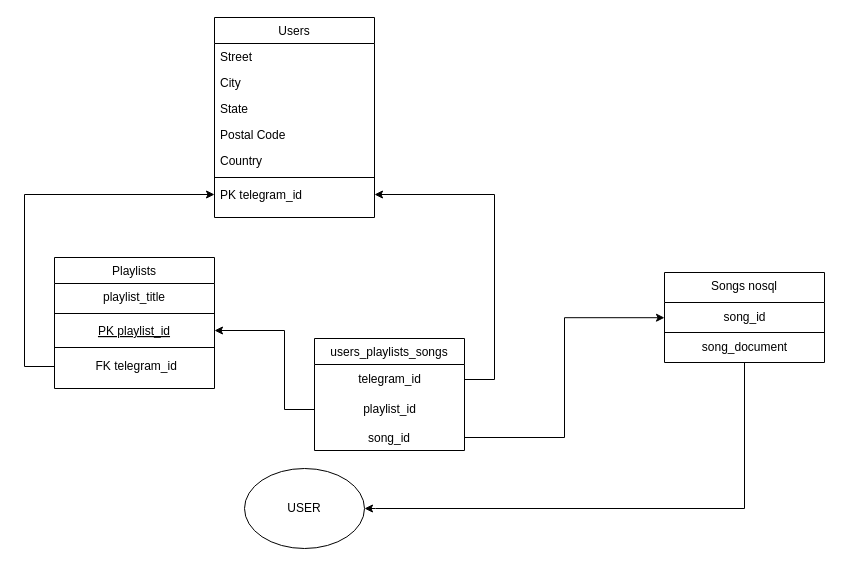
damnhandin/damnhandin keeps this draw.io diagram as Untitled Diagram.drawio. Above is the earlier version. Source tidied: cells renumbered, new cells numbered last; positions are measured from the earlier drawing's top-left corner, leaving out a move shared by most shapes. Both pictures are drawn from the tidied source at 100%, with x=0, y=0 at pixel (24, 17).
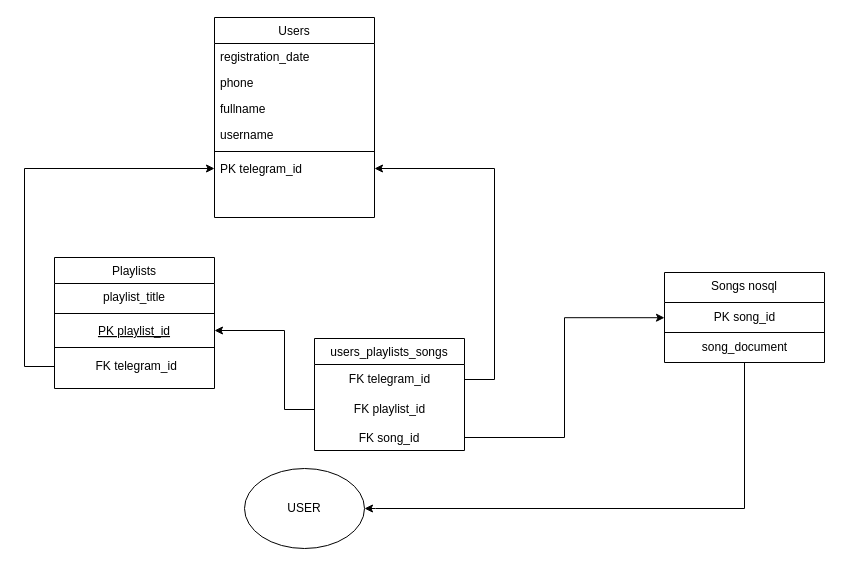
The same page after the edit.

The change refers to these unchanged cells:
```xml
<mxCell id="7" value="&amp;nbsp;FK telegram_id" style="text;html=1;align=center;verticalAlign=middle;points=[];strokeColor=none;fillColor=none;" parent="2" vertex="1">
  <mxGeometry y="94" width="160" height="30" as="geometry" />
</mxCell>
<mxCell id="8" value="users_playlists_songs&#10;" style="swimlane;fontStyle=0;align=center;verticalAlign=top;horizontal=1;startSize=26;rounded=0;shadow=0;strokeWidth=1;" parent="1" vertex="1">
  <mxGeometry x="290" y="321" width="150" height="112" as="geometry" />
</mxCell>
<mxCell id="13" value="Users&#10;" style="swimlane;fontStyle=0;align=center;verticalAlign=top;horizontal=1;startSize=26;rounded=0;shadow=0;strokeWidth=1;" parent="1" vertex="1">
  <mxGeometry x="190" width="160" height="200" as="geometry" />
</mxCell>
<mxCell id="21" value="Songs nosql&#10;&#10;" style="swimlane;fontStyle=0;align=center;verticalAlign=top;horizontal=1;startSize=30;rounded=0;shadow=0;strokeWidth=1;" parent="1" vertex="1">
  <mxGeometry x="640" y="255" width="160" height="90" as="geometry" />
</mxCell>
```

Change to the diagram source:
```diff
@@
-    <mxCell id="9" value="telegram_id" style="text;html=1;align=center;verticalAlign=middle;points=[];strokeColor=none;fillColor=none;" parent="8" vertex="1">
+    <mxCell id="9" value="FK telegram_id" style="text;html=1;align=center;verticalAlign=middle;points=[];strokeColor=none;fillColor=none;" parent="8" vertex="1">
       <mxGeometry y="26" width="150" height="30" as="geometry" />
     </mxCell>
@@
-    <mxCell id="11" value="playlist_id" style="text;html=1;align=center;verticalAlign=middle;points=[];strokeColor=none;fillColor=none;" parent="8" vertex="1">
+    <mxCell id="11" value="FK playlist_id" style="text;html=1;align=center;verticalAlign=middle;points=[];strokeColor=none;fillColor=none;" parent="8" vertex="1">
       <mxGeometry y="56" width="150" height="30" as="geometry" />
     </mxCell>
-    <mxCell id="12" value="song_id" style="text;align=center;verticalAlign=top;spacingLeft=4;spacingRight=4;overflow=hidden;points=[[0,0.5],[1,0.5]];portConstraint=eastwest;" parent="8" vertex="1">
+    <mxCell id="12" value="FK song_id" style="text;align=center;verticalAlign=top;spacingLeft=4;spacingRight=4;overflow=hidden;points=[[0,0.5],[1,0.5]];portConstraint=eastwest;" parent="8" vertex="1">
       <mxGeometry y="86" width="150" height="26" as="geometry" />
     </mxCell>
@@
-    <mxCell id="14" value="Street" style="text;align=left;verticalAlign=top;spacingLeft=4;spacingRight=4;overflow=hidden;" parent="13" vertex="1">
+    <mxCell id="14" value="registration_date" style="text;align=left;verticalAlign=top;spacingLeft=4;spacingRight=4;overflow=hidden;" parent="13" vertex="1">
       <mxGeometry y="26" width="160" height="26" as="geometry" />
     </mxCell>
-    <mxCell id="15" value="City" style="text;align=left;verticalAlign=top;spacingLeft=4;spacingRight=4;overflow=hidden;rounded=0;shadow=0;html=0;" parent="13" vertex="1">
+    <mxCell id="15" value="phone&#10;" style="text;align=left;verticalAlign=top;spacingLeft=4;spacingRight=4;overflow=hidden;rounded=0;shadow=0;html=0;" parent="13" vertex="1">
       <mxGeometry y="52" width="160" height="26" as="geometry" />
     </mxCell>
-    <mxCell id="16" value="State" style="text;align=left;verticalAlign=top;spacingLeft=4;spacingRight=4;overflow=hidden;rounded=0;shadow=0;html=0;" parent="13" vertex="1">
-      <mxGeometry y="78" width="160" height="26" as="geometry" />
-    </mxCell>
-    <mxCell id="17" value="Postal Code" style="text;align=left;verticalAlign=top;spacingLeft=4;spacingRight=4;overflow=hidden;rounded=0;shadow=0;html=0;" parent="13" vertex="1">
-      <mxGeometry y="104" width="160" height="26" as="geometry" />
+    <mxCell id="17" value="fullname" style="text;align=left;verticalAlign=top;spacingLeft=4;spacingRight=4;overflow=hidden;rounded=0;shadow=0;html=0;" parent="13" vertex="1">
+      <mxGeometry y="78" width="160" height="26" as="geometry" />
     </mxCell>
-    <mxCell id="18" value="Country" style="text;align=left;verticalAlign=top;spacingLeft=4;spacingRight=4;overflow=hidden;rounded=0;shadow=0;html=0;" parent="13" vertex="1">
-      <mxGeometry y="130" width="160" height="26" as="geometry" />
+    <mxCell id="18" value="username" style="text;align=left;verticalAlign=top;spacingLeft=4;spacingRight=4;overflow=hidden;rounded=0;shadow=0;html=0;" parent="13" vertex="1">
+      <mxGeometry y="104" width="160" height="26" as="geometry" />
     </mxCell>
     <mxCell id="19" style="line;html=1;strokeWidth=1;align=left;verticalAlign=middle;spacingTop=-1;spacingLeft=3;spacingRight=3;labelPosition=right;" parent="13" vertex="1">
-      <mxGeometry y="156" width="160" height="8" as="geometry" />
+      <mxGeometry y="130" width="160" height="8" as="geometry" />
     </mxCell>
     <mxCell id="20" value="PK telegram_id" style="text;align=left;verticalAlign=top;spacingLeft=4;spacingRight=4;overflow=hidden;points=[[0,0.5],[1,0.5]];portConstraint=eastwest;" parent="13" vertex="1">
-      <mxGeometry y="164" width="160" height="26" as="geometry" />
+      <mxGeometry y="138" width="160" height="26" as="geometry" />
     </mxCell>
@@
-    <mxCell id="23" value="song_id" style="text;html=1;align=center;verticalAlign=middle;points=[];strokeColor=none;fillColor=none;" parent="21" vertex="1">
+    <mxCell id="23" value="PK song_id" style="text;html=1;align=center;verticalAlign=middle;points=[];strokeColor=none;fillColor=none;" parent="21" vertex="1">
       <mxGeometry y="30" width="160" height="30" as="geometry" />
     </mxCell>
@@
     <mxCell id="27" style="edgeStyle=orthogonalEdgeStyle;rounded=0;jettySize=auto;html=1;entryX=1;entryY=0.5;entryDx=0;entryDy=0;" parent="1" edge="1" source="9" target="20">
       <mxGeometry relative="1" as="geometry">
         <Array as="points">
           <mxPoint x="470" y="362" />
-          <mxPoint x="470" y="177" />
+          <mxPoint x="470" y="151" />
         </Array>
       </mxGeometry>
     </mxCell>
     <mxCell id="28" style="edgeStyle=orthogonalEdgeStyle;rounded=0;jettySize=auto;html=1;entryX=0;entryY=0.5;entryDx=0;entryDy=0;" parent="1" edge="1" source="7" target="20">
       <mxGeometry relative="1" as="geometry">
         <Array as="points">
           <mxPoint y="349" />
-          <mxPoint y="177" />
+          <mxPoint y="151" />
         </Array>
       </mxGeometry>
     </mxCell>
```
